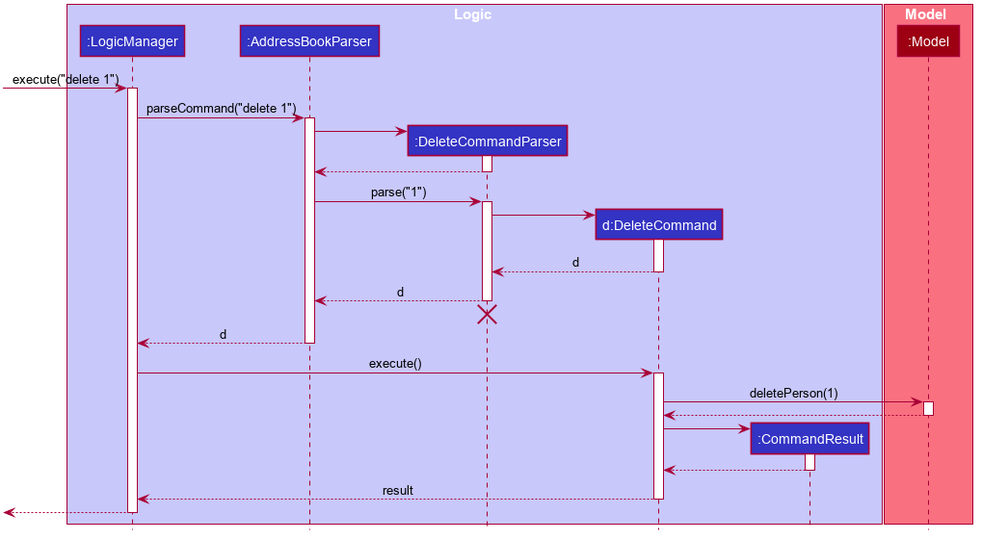
Earlier version of the PlantUML export docs/images/DeleteSequenceDiagram.png (nus-cs2103-AY1920S1/addressbook-level3).
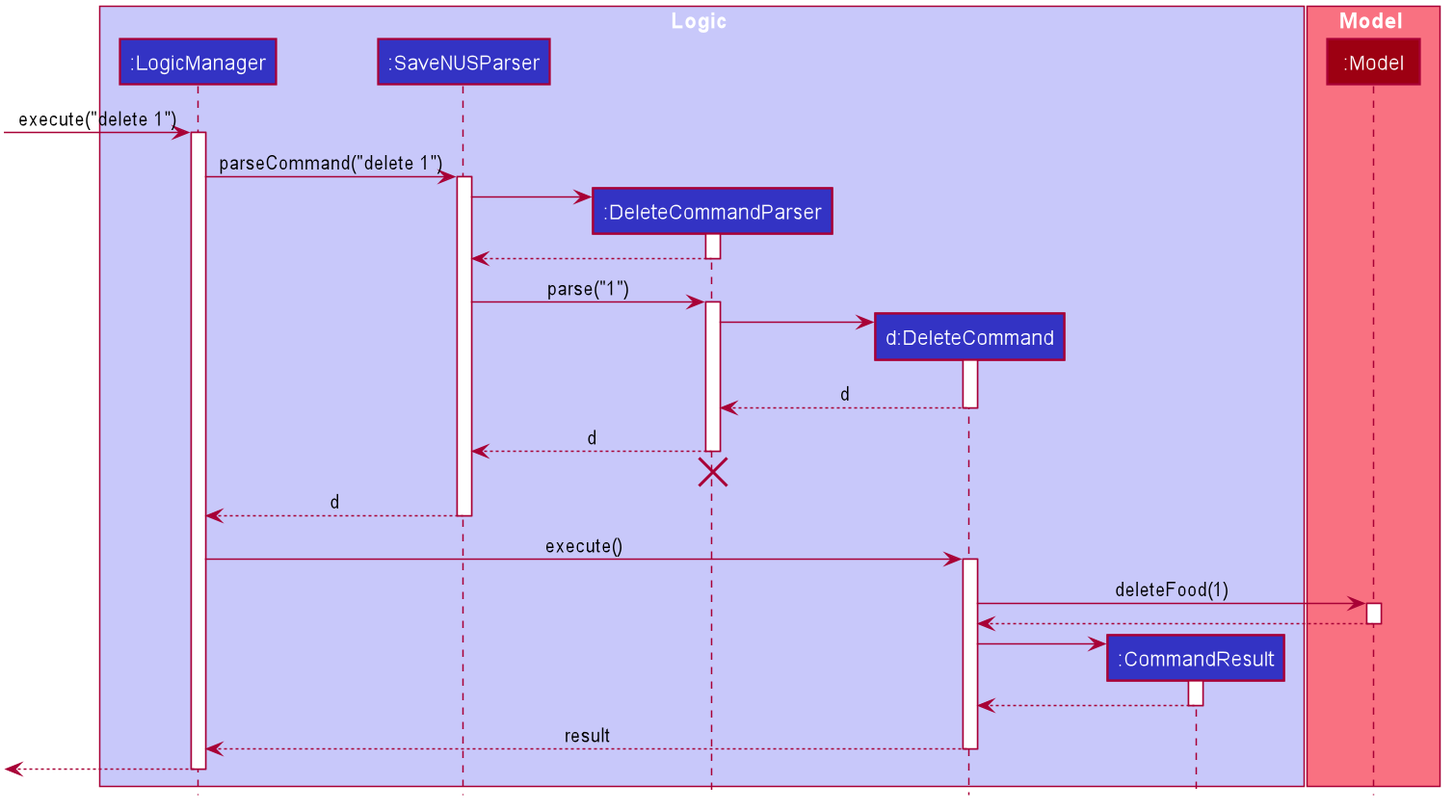
Later version of the same file.

What changed in the source:
```diff
@@ -50,7 +50,7 @@
 
 box Logic #C8C8FA
 participant ":LogicManager" as LogicManager #3333C4
-participant ":AddressBookParser" as AddressBookParser #3333C4
+participant ":SaveNUSParser" as SaveNUSParser #3333C4
 participant ":DeleteCommandParser" as DeleteCommandParser #3333C4
 participant "d:DeleteCommand" as DeleteCommand #3333C4
 participant ":CommandResult" as CommandResult #3333C4
@@ -63,17 +63,17 @@
 [-> LogicManager : execute("delete 1")
 activate LogicManager
 
-LogicManager -> AddressBookParser : parseCommand("delete 1")
-activate AddressBookParser
+LogicManager -> SaveNUSParser : parseCommand("delete 1")
+activate SaveNUSParser
 
 create DeleteCommandParser
-AddressBookParser -> DeleteCommandParser
+SaveNUSParser -> DeleteCommandParser
 activate DeleteCommandParser
 
-DeleteCommandParser --> AddressBookParser
+DeleteCommandParser --> SaveNUSParser
 deactivate DeleteCommandParser
 
-AddressBookParser -> DeleteCommandParser : parse("1")
+SaveNUSParser -> DeleteCommandParser : parse("1")
 activate DeleteCommandParser
 
 create DeleteCommand
@@ -83,18 +83,18 @@
 DeleteCommand --> DeleteCommandParser : d
 deactivate DeleteCommand
 
-DeleteCommandParser --> AddressBookParser : d
+DeleteCommandParser --> SaveNUSParser : d
 deactivate DeleteCommandParser
-DeleteCommandParser -[hidden]-> AddressBookParser
+DeleteCommandParser -[hidden]-> SaveNUSParser
 destroy DeleteCommandParser
 
-AddressBookParser --> LogicManager : d
-deactivate AddressBookParser
+SaveNUSParser --> LogicManager : d
+deactivate SaveNUSParser
 
 LogicManager -> DeleteCommand : execute()
 activate DeleteCommand
 
-DeleteCommand -> Model : deletePerson(1)
+DeleteCommand -> Model : deleteFood(1)
 activate Model
 
 Model --> DeleteCommand
```
